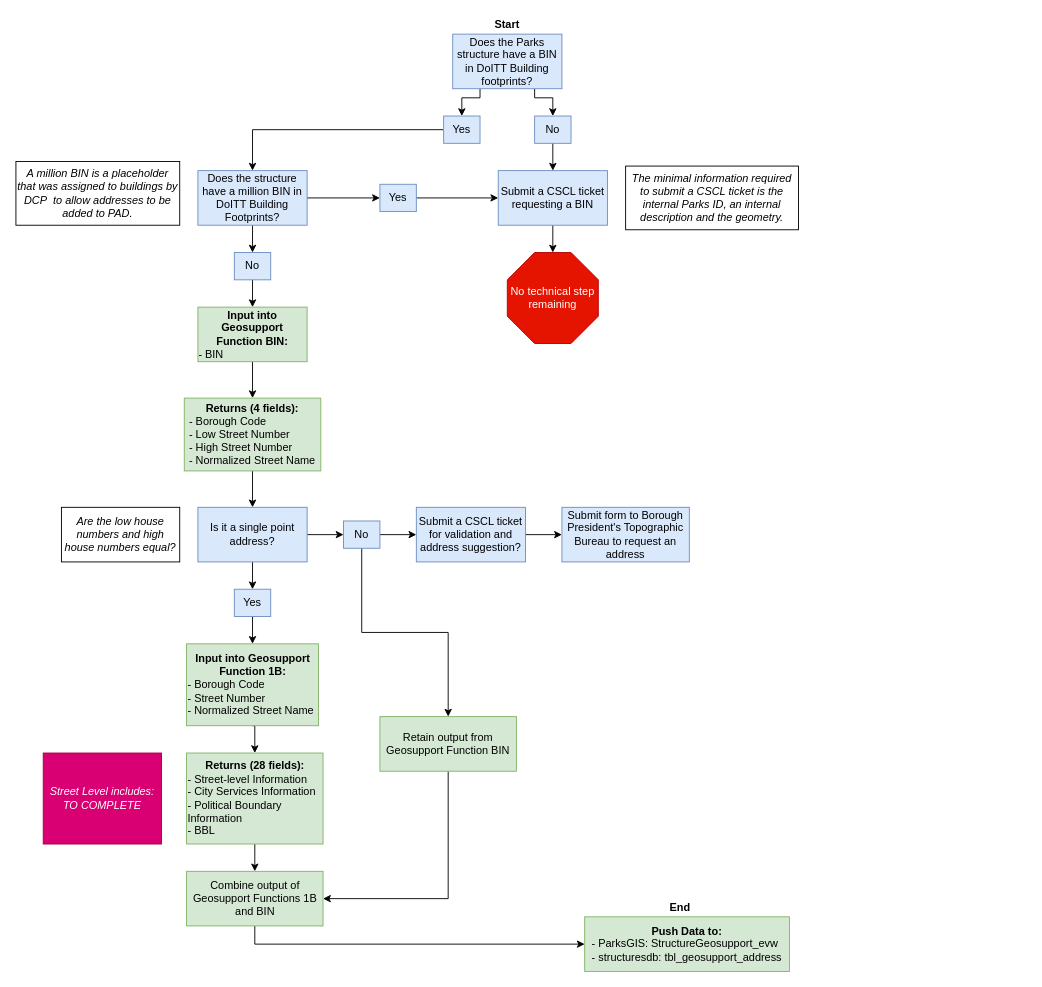
NYCParks-data/Structures keeps this draw.io diagram as Geosupport.drawio. Above is the earlier version. Source tidied: cells renumbered, new cells numbered last; positions are measured from the earlier drawing's top-left corner, leaving out a move shared by most shapes. Both pictures are drawn from the tidied source at 91%, with x=0, y=0 at pixel (15, 15).
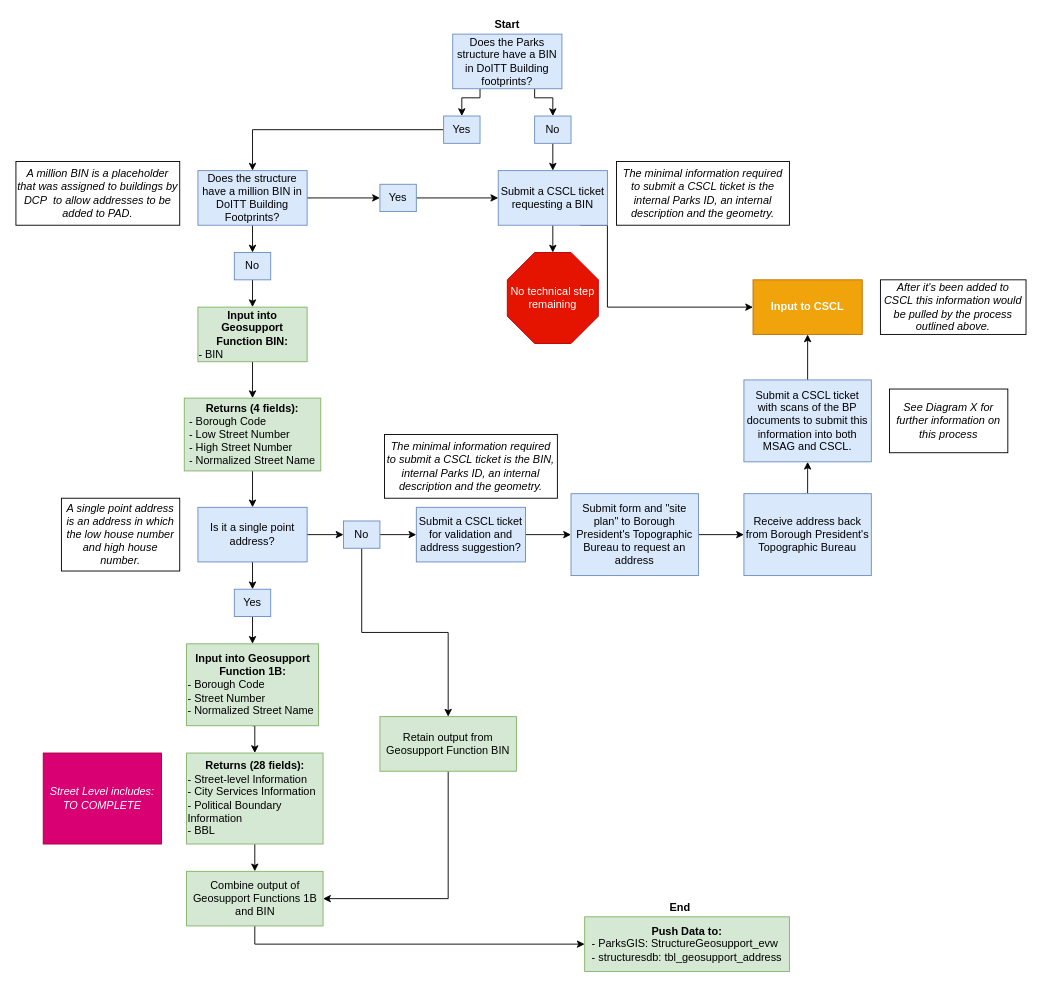
The same page after the edit.

Unchanged cells that the change refers to:
```xml
<mxCell id="12" value="Submit a CSCL ticket requesting a BIN" style="rounded=0;whiteSpace=wrap;html=1;fillColor=#dae8fc;strokeColor=#6c8ebf;" parent="1" vertex="1">
  <mxGeometry x="530" y="170" width="120" height="60" as="geometry" />
</mxCell>
```

What changed in the source:
```diff
@@
+    <mxCell id="49" style="edgeStyle=orthogonalEdgeStyle;rounded=0;jettySize=auto;html=1;exitX=0.75;exitY=1;exitDx=0;exitDy=0;entryX=0;entryY=0.5;entryDx=0;entryDy=0;" parent="1" edge="1" source="12" target="57">
+      <mxGeometry relative="1" as="geometry">
+        <Array as="points">
+          <mxPoint x="650" y="230" />
+          <mxPoint x="650" y="320" />
+        </Array>
+      </mxGeometry>
+    </mxCell>
@@
     <mxCell id="14" value="&lt;i&gt;The minimal information required to submit a CSCL ticket is the internal Parks ID, an internal description and the geometry.&lt;/i&gt;" style="rounded=0;whiteSpace=wrap;html=1;" parent="1" vertex="1">
-      <mxGeometry x="670" y="165" width="190" height="70" as="geometry" />
+      <mxGeometry x="660" y="160" width="190" height="70" as="geometry" />
     </mxCell>
@@
-    <mxCell id="28" value="&lt;i&gt;Are the low house numbers and high house numbers equal?&lt;/i&gt;" style="rounded=0;whiteSpace=wrap;html=1;" parent="1" vertex="1">
-      <mxGeometry x="50" y="540" width="130" height="60" as="geometry" />
+    <mxCell id="28" value="&lt;i&gt;A single point address is an address in which the low house number and high house number.&lt;/i&gt;" style="rounded=0;whiteSpace=wrap;html=1;" parent="1" vertex="1">
+      <mxGeometry x="50" y="530" width="130" height="80" as="geometry" />
     </mxCell>
@@
+    <mxCell id="50" style="edgeStyle=orthogonalEdgeStyle;rounded=0;jettySize=auto;html=1;exitX=1;exitY=0.5;exitDx=0;exitDy=0;entryX=0;entryY=0.5;entryDx=0;entryDy=0;" parent="1" edge="1" source="36" target="53">
+      <mxGeometry relative="1" as="geometry" />
+    </mxCell>
-    <mxCell id="36" value="Submit form to Borough President's Topographic Bureau to request an address" style="rounded=0;whiteSpace=wrap;html=1;fillColor=#dae8fc;strokeColor=#6c8ebf;" parent="1" vertex="1">
-      <mxGeometry x="600" y="540" width="140" height="60" as="geometry" />
+    <mxCell id="36" value="Submit form and &quot;site plan&quot; to Borough President's Topographic Bureau to request an address" style="rounded=0;whiteSpace=wrap;html=1;fillColor=#dae8fc;strokeColor=#6c8ebf;" parent="1" vertex="1">
+      <mxGeometry x="610" y="525" width="140" height="90" as="geometry" />
     </mxCell>
@@
+    <mxCell id="51" value="&lt;i&gt;The minimal information required to submit a CSCL ticket is the BIN, internal Parks ID, an internal description and the geometry.&lt;/i&gt;" style="rounded=0;whiteSpace=wrap;html=1;" parent="1" vertex="1">
+      <mxGeometry x="405" y="460" width="190" height="70" as="geometry" />
+    </mxCell>
+    <mxCell id="52" style="edgeStyle=orthogonalEdgeStyle;rounded=0;jettySize=auto;html=1;exitX=0.5;exitY=0;exitDx=0;exitDy=0;entryX=0.5;entryY=1;entryDx=0;entryDy=0;" parent="1" edge="1" source="53" target="55">
+      <mxGeometry relative="1" as="geometry" />
+    </mxCell>
+    <mxCell id="53" value="Receive address back from Borough President's Topographic Bureau" style="rounded=0;whiteSpace=wrap;html=1;fillColor=#dae8fc;strokeColor=#6c8ebf;" parent="1" vertex="1">
+      <mxGeometry x="800" y="525" width="140" height="90" as="geometry" />
+    </mxCell>
+    <mxCell id="54" style="edgeStyle=orthogonalEdgeStyle;rounded=0;jettySize=auto;html=1;exitX=0.5;exitY=0;exitDx=0;exitDy=0;entryX=0.5;entryY=1;entryDx=0;entryDy=0;" parent="1" edge="1" source="55" target="57">
+      <mxGeometry relative="1" as="geometry" />
+    </mxCell>
+    <mxCell id="55" value="Submit a CSCL ticket with scans of the BP documents to submit this information into both MSAG and CSCL." style="rounded=0;whiteSpace=wrap;html=1;fillColor=#dae8fc;strokeColor=#6c8ebf;" parent="1" vertex="1">
+      <mxGeometry x="800" y="400" width="140" height="90" as="geometry" />
+    </mxCell>
+    <mxCell id="56" value="&lt;i&gt;See Diagram X for further information on this process&lt;/i&gt;" style="rounded=0;whiteSpace=wrap;html=1;" parent="1" vertex="1">
+      <mxGeometry x="960" y="410" width="130" height="70" as="geometry" />
+    </mxCell>
+    <mxCell id="57" value="&lt;b&gt;Input&amp;nbsp;to CSCL&lt;br&gt;&lt;/b&gt;" style="rounded=0;whiteSpace=wrap;html=1;fillColor=#f0a30a;strokeColor=#BD7000;fontColor=#ffffff;" parent="1" vertex="1">
+      <mxGeometry x="810" y="290" width="120" height="60" as="geometry" />
+    </mxCell>
+    <mxCell id="58" value="&lt;i&gt;After it's been added to CSCL this information would be pulled by the process outlined above.&lt;/i&gt;" style="rounded=0;whiteSpace=wrap;html=1;" parent="1" vertex="1">
+      <mxGeometry x="950" y="290" width="160" height="60" as="geometry" />
+    </mxCell>
```
